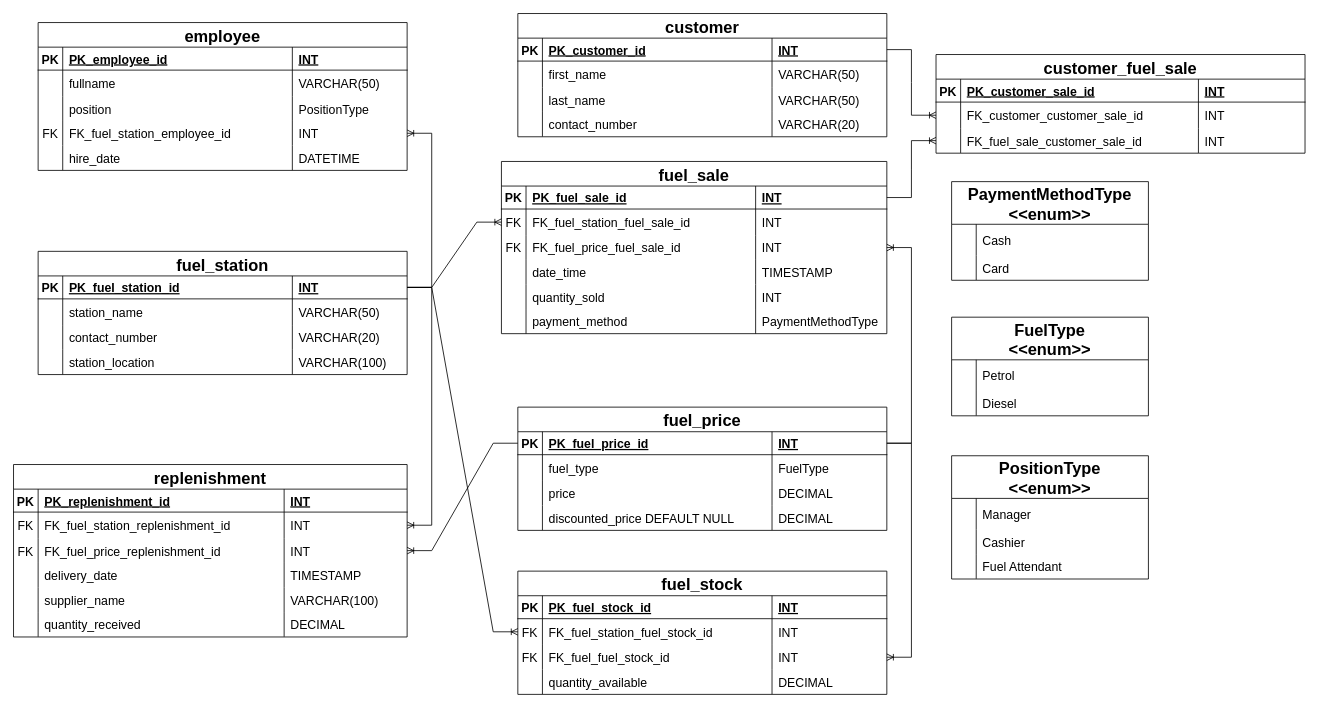
Above: Untitled Diagram.drawio in GiorgiEz/DB-modeling (draw.io), before the change. Source tidied: cells renumbered, new cells numbered last; positions are measured from the earlier drawing's top-left corner, leaving out a move shared by most shapes. Both pictures are drawn from the tidied source at 82%, with x=0, y=0 at pixel (-65, 13).
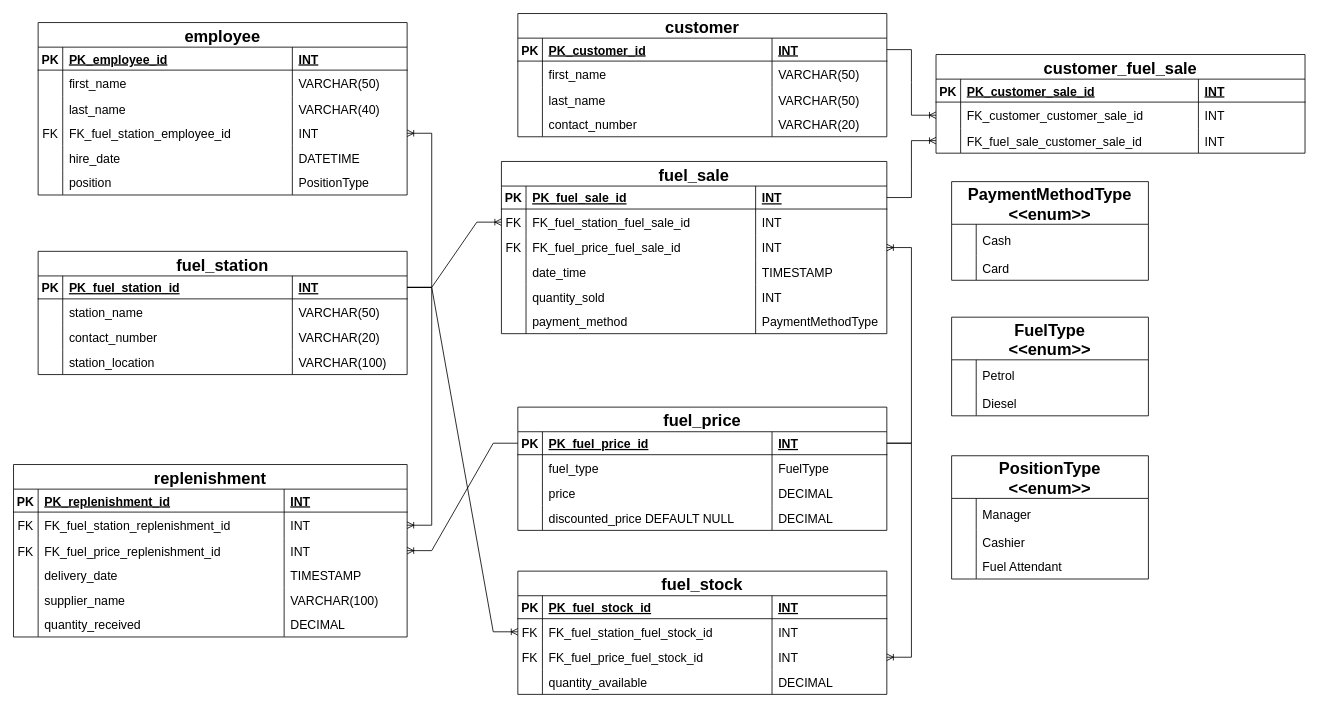
After the change.

Unchanged cells that the change refers to:
```xml
<mxCell id="45" style="shape=tableRow;horizontal=0;startSize=0;swimlaneHead=0;swimlaneBody=0;fillColor=none;points=[[0,0.5],[1,0.5]];portConstraint=eastwest;top=0;left=0;right=0;bottom=0;" parent="36" vertex="1">
  <mxGeometry y="90" width="450" height="30" as="geometry" />
</mxCell>
<mxCell id="114" style="shape=partialRectangle;fillColor=none;top=0;left=0;right=0;bottom=0;" parent="109" vertex="1">
  <mxGeometry y="58" width="450" height="32" as="geometry" />
</mxCell>
<mxCell id="118" style="shape=tableRow;horizontal=0;startSize=0;swimlaneHead=0;swimlaneBody=0;fillColor=none;top=0;left=0;right=0;bottom=0;" parent="109" vertex="1">
  <mxGeometry y="90" width="450" height="30" as="geometry" />
</mxCell>
```

What changed in the source:
```diff
@@
-    <mxCell id="47" value="FK_fuel_fuel_stock_id" style="shape=partialRectangle;fillColor=none;top=0;left=0;bottom=0;right=0;align=left;spacingLeft=6;overflow=hidden;fontSize=15;" parent="45" vertex="1">
+    <mxCell id="47" value="FK_fuel_price_fuel_stock_id" style="shape=partialRectangle;fillColor=none;top=0;left=0;bottom=0;right=0;align=left;spacingLeft=6;overflow=hidden;fontSize=15;" parent="45" vertex="1">
       <mxGeometry x="30" width="280" height="30" as="geometry" />
     </mxCell>
@@
     <mxCell id="109" value="employee" style="shape=table;startSize=30;childLayout=tableLayout;rowLines=0;fontStyle=1;align=center;fillColor=#FFFFFF;strokeColor=#000000;fontSize=20;direction=east;flipH=0;flipV=0;" parent="1" vertex="1">
-      <mxGeometry x="125" y="11" width="450" height="180.3" as="geometry" />
+      <mxGeometry x="125" y="11" width="450" height="210.3" as="geometry" />
     </mxCell>
@@
-    <mxCell id="116" value="fullname" style="shape=partialRectangle;overflow=hidden;fillColor=none;top=0;left=0;bottom=0;right=0;align=left;spacingLeft=6;fontColor=#000000;labelBackgroundColor=none;fontSize=15;" parent="114" vertex="1">
+    <mxCell id="116" value="first_name" style="shape=partialRectangle;overflow=hidden;fillColor=none;top=0;left=0;bottom=0;right=0;align=left;spacingLeft=6;fontColor=#000000;labelBackgroundColor=none;fontSize=15;" parent="114" vertex="1">
       <mxGeometry x="30" width="280" height="32" as="geometry" />
     </mxCell>
@@
-    <mxCell id="120" value="position" style="shape=partialRectangle;fillColor=none;top=0;left=0;bottom=0;right=0;align=left;spacingLeft=6;overflow=hidden;fontSize=15;" parent="118" vertex="1">
+    <mxCell id="120" value="last_name" style="shape=partialRectangle;fillColor=none;top=0;left=0;bottom=0;right=0;align=left;spacingLeft=6;overflow=hidden;fontSize=15;" parent="118" vertex="1">
       <mxGeometry x="30" width="280" height="30" as="geometry" />
     </mxCell>
-    <mxCell id="121" value="PositionType" style="shape=partialRectangle;fillColor=none;top=0;left=0;bottom=0;right=0;align=left;spacingLeft=6;overflow=hidden;fontSize=15;" parent="118" vertex="1">
+    <mxCell id="121" value="VARCHAR(40)" style="shape=partialRectangle;fillColor=none;top=0;left=0;bottom=0;right=0;align=left;spacingLeft=6;overflow=hidden;fontSize=15;" parent="118" vertex="1">
       <mxGeometry x="310" width="140" height="30" as="geometry" />
     </mxCell>
@@
+    <mxCell id="187" style="shape=tableRow;horizontal=0;startSize=0;swimlaneHead=0;swimlaneBody=0;fillColor=none;top=0;left=0;right=0;bottom=0;" parent="109" vertex="1">
+      <mxGeometry y="180" width="450" height="30" as="geometry" />
+    </mxCell>
+    <mxCell id="188" style="shape=partialRectangle;fillColor=none;top=0;left=0;bottom=0;right=0;overflow=hidden;" parent="187" vertex="1">
+      <mxGeometry width="30" height="30" as="geometry" />
+    </mxCell>
+    <mxCell id="189" value="position" style="shape=partialRectangle;fillColor=none;top=0;left=0;bottom=0;right=0;align=left;spacingLeft=6;overflow=hidden;fontSize=15;" parent="187" vertex="1">
+      <mxGeometry x="30" width="280" height="30" as="geometry" />
+    </mxCell>
+    <mxCell id="190" value="PositionType" style="shape=partialRectangle;fillColor=none;top=0;left=0;bottom=0;right=0;align=left;spacingLeft=6;overflow=hidden;fontSize=15;" parent="187" vertex="1">
+      <mxGeometry x="310" width="140" height="30" as="geometry" />
+    </mxCell>
```
